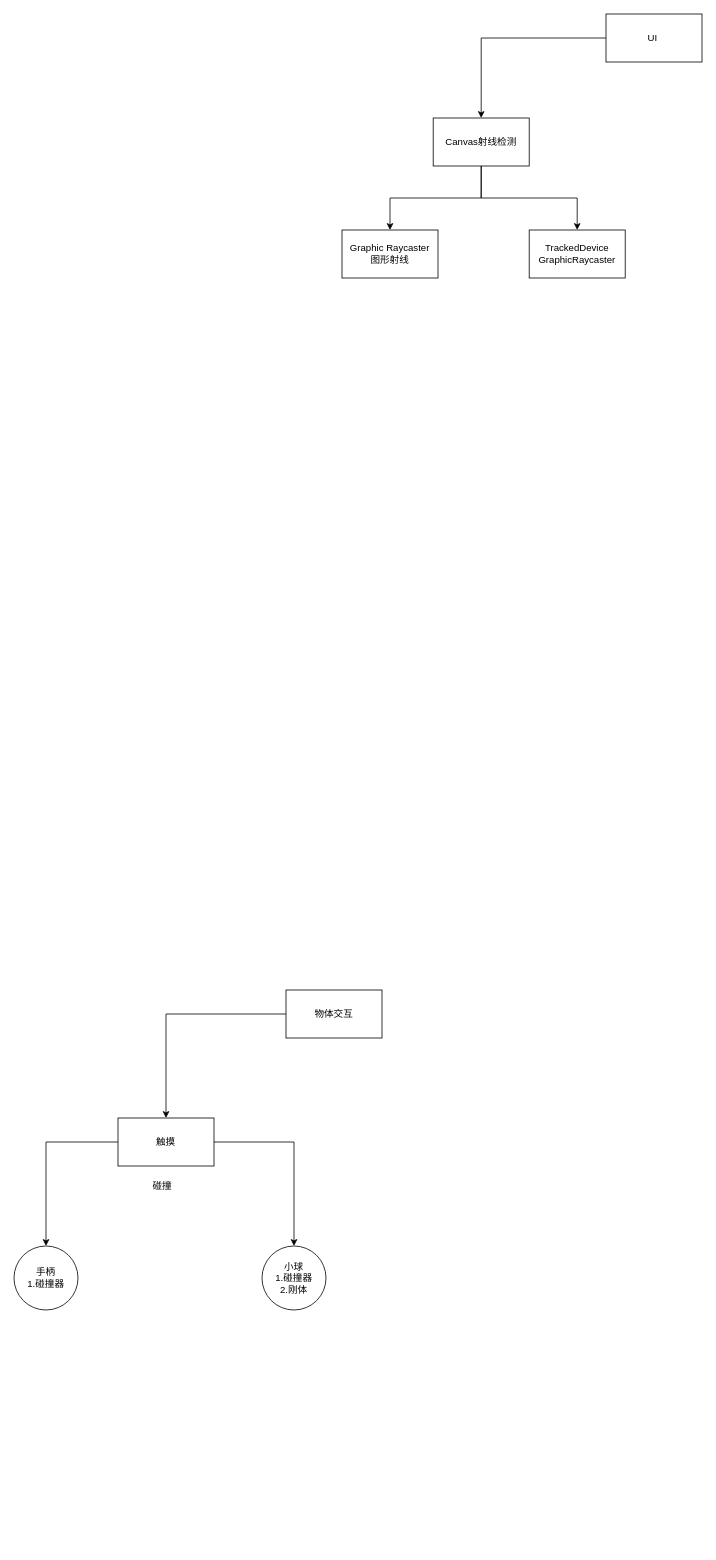
Above: page "交互" (8 of 11) of GT/GT.drawio in xzp3094997376/DrawIO (draw.io), before the change. Source tidied: cells renumbered, new cells numbered last; positions are measured from the earlier drawing's top-left corner, leaving out a move shared by most shapes. Both pictures are drawn from the tidied source at 80%, with x=0, y=0 at pixel (14, 14).
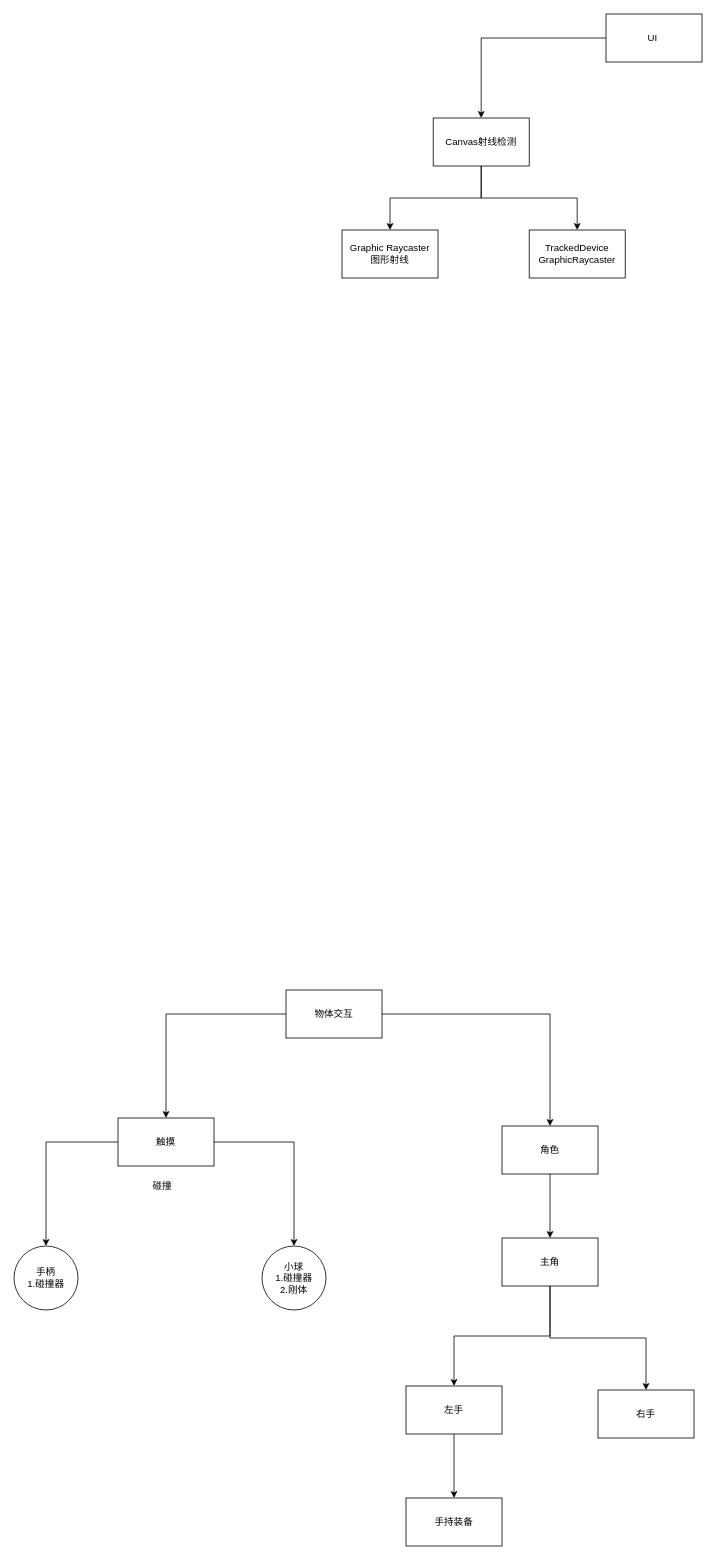
After the change.

Unchanged cells that the change refers to:
```xml
<mxCell id="3" value="物体交互&lt;br&gt;" style="whiteSpace=wrap;html=1;" parent="1" vertex="1">
  <mxGeometry x="340" y="1220" width="120" height="60" as="geometry" />
</mxCell>
```

What changed in the source:
```diff
@@
+    <mxCell id="17" style="edgeStyle=orthogonalEdgeStyle;rounded=0;jettySize=auto;html=1;" parent="1" edge="1" source="3" target="19">
+      <mxGeometry relative="1" as="geometry" />
+    </mxCell>
@@
+    <mxCell id="18" style="edgeStyle=orthogonalEdgeStyle;rounded=0;jettySize=auto;html=1;" parent="1" edge="1" source="19" target="22">
+      <mxGeometry relative="1" as="geometry" />
+    </mxCell>
+    <mxCell id="19" value="角色" style="whiteSpace=wrap;html=1;" parent="1" vertex="1">
+      <mxGeometry x="610" y="1390" width="120" height="60" as="geometry" />
+    </mxCell>
+    <mxCell id="20" style="edgeStyle=orthogonalEdgeStyle;rounded=0;jettySize=auto;html=1;" parent="1" edge="1" source="22" target="24">
+      <mxGeometry relative="1" as="geometry" />
+    </mxCell>
+    <mxCell id="21" style="edgeStyle=orthogonalEdgeStyle;rounded=0;jettySize=auto;html=1;" parent="1" edge="1" source="22" target="25">
+      <mxGeometry relative="1" as="geometry" />
+    </mxCell>
+    <mxCell id="22" value="主角" style="whiteSpace=wrap;html=1;" parent="1" vertex="1">
+      <mxGeometry x="610" y="1530" width="120" height="60" as="geometry" />
+    </mxCell>
+    <mxCell id="23" style="edgeStyle=orthogonalEdgeStyle;rounded=0;jettySize=auto;html=1;" parent="1" edge="1" source="24" target="26">
+      <mxGeometry relative="1" as="geometry" />
+    </mxCell>
+    <mxCell id="24" value="左手" style="whiteSpace=wrap;html=1;" parent="1" vertex="1">
+      <mxGeometry x="490" y="1715" width="120" height="60" as="geometry" />
+    </mxCell>
+    <mxCell id="25" value="右手" style="whiteSpace=wrap;html=1;" parent="1" vertex="1">
+      <mxGeometry x="730" y="1720" width="120" height="60" as="geometry" />
+    </mxCell>
+    <mxCell id="26" value="手持装备" style="whiteSpace=wrap;html=1;" parent="1" vertex="1">
+      <mxGeometry x="490" y="1855" width="120" height="60" as="geometry" />
+    </mxCell>
```
